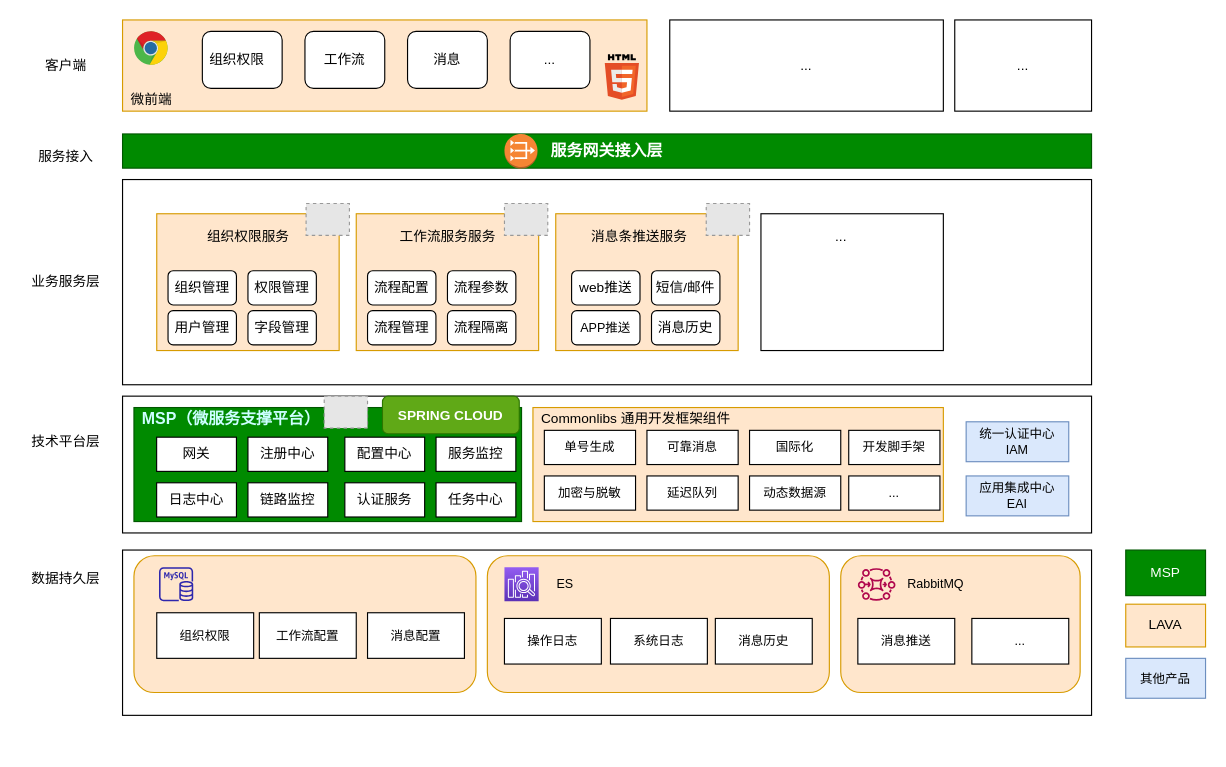
The draw.io diagram lava整体架构介绍.drawio in ambluse/architect, before the edit. Source tidied: cells renumbered, new cells numbered last; positions are measured from the earlier drawing's top-left corner, leaving out a move shared by most shapes. Both pictures are drawn from the tidied source at 114%, with x=0, y=0 at pixel (19, 19). Pictures stored in the file or linked from it are replaced by grey dashed boxes.
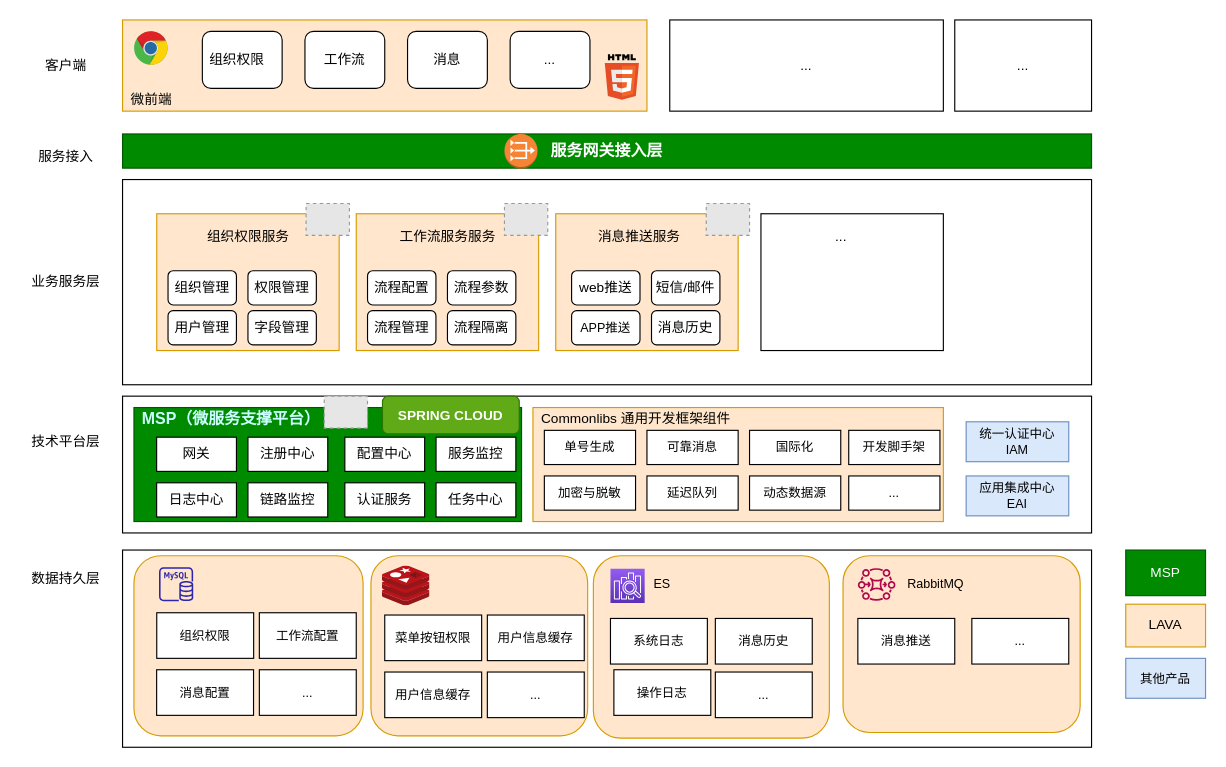
Above is the later version.

Commit message (it also covers changes not shown here):
Update lava整体架构介绍.drawio

What changed in the source:
```diff
@@
-    <mxCell id="33" value="消息条推送服务" style="text;html=1;align=center;verticalAlign=middle;strokeColor=none;fillColor=none;" parent="1" vertex="1">
-      <mxGeometry x="493" y="180" width="100" height="20" as="geometry" />
+    <mxCell id="33" value="消息推送服务" style="text;html=1;align=center;verticalAlign=middle;strokeColor=none;fillColor=none;" parent="1" vertex="1">
+      <mxGeometry x="502" y="181" width="82" height="18" as="geometry" />
     </mxCell>
@@
     <mxCell id="62" style="rounded=0;whiteSpace=wrap;html=1;" parent="1" vertex="1">
-      <mxGeometry x="90" y="465" width="850" height="145" as="geometry" />
+      <mxGeometry x="90" y="465" width="850" height="173" as="geometry" />
     </mxCell>
     <mxCell id="63" style="rounded=1;whiteSpace=wrap;html=1;fontSize=11;fillColor=#ffe6cc;strokeColor=#d79b00;" parent="1" vertex="1">
-      <mxGeometry x="100" y="470" width="300" height="120" as="geometry" />
+      <mxGeometry x="100" y="470" width="201" height="158" as="geometry" />
     </mxCell>
@@
     <mxCell id="67" value="消息配置" style="rounded=0;whiteSpace=wrap;html=1;fontSize=11;" parent="1" vertex="1">
-      <mxGeometry x="304.9" y="520" width="85" height="40" as="geometry" />
+      <mxGeometry x="119.9" y="570" width="85" height="40" as="geometry" />
     </mxCell>
     <mxCell id="68" style="rounded=1;whiteSpace=wrap;html=1;fontSize=11;fillColor=#ffe6cc;strokeColor=#d79b00;" parent="1" vertex="1">
-      <mxGeometry x="410" y="470" width="300" height="120" as="geometry" />
+      <mxGeometry x="503" y="470" width="207" height="160" as="geometry" />
     </mxCell>
     <mxCell id="69" style="sketch=0;fontColor=#232F3E;gradientColor=#945DF2;gradientDirection=north;fillColor=#5A30B5;strokeColor=#ffffff;dashed=0;verticalLabelPosition=bottom;verticalAlign=top;align=center;html=1;fontSize=12;fontStyle=0;shape=mxgraph.aws4.resourceIcon;resIcon=mxgraph.aws4.elasticsearch_service;" parent="1" vertex="1">
-      <mxGeometry x="425" y="480" width="30" height="30" as="geometry" />
+      <mxGeometry x="518" y="481.5" width="30" height="30" as="geometry" />
     </mxCell>
     <mxCell id="70" value="ES" style="text;html=1;align=center;verticalAlign=middle;strokeColor=none;fillColor=none;fontSize=11;" parent="1" vertex="1">
-      <mxGeometry x="463" y="485" width="30" height="20" as="geometry" />
+      <mxGeometry x="548" y="485" width="30" height="20" as="geometry" />
     </mxCell>
     <mxCell id="71" value="操作日志" style="rounded=0;whiteSpace=wrap;html=1;fontSize=11;" parent="1" vertex="1">
-      <mxGeometry x="425" y="525" width="85" height="40" as="geometry" />
+      <mxGeometry x="521" y="570" width="85" height="40" as="geometry" />
     </mxCell>
@@
     <mxCell id="74" style="rounded=1;whiteSpace=wrap;html=1;fontSize=11;fillColor=#ffe6cc;strokeColor=#d79b00;" parent="1" vertex="1">
-      <mxGeometry x="720" y="470" width="210" height="120" as="geometry" />
+      <mxGeometry x="722" y="470" width="208" height="155" as="geometry" />
     </mxCell>
@@
+    <mxCell id="89" value="..." style="rounded=0;whiteSpace=wrap;html=1;fontSize=11;" parent="1" vertex="1">
+      <mxGeometry x="210" y="570" width="85" height="40" as="geometry" />
+    </mxCell>
+    <mxCell id="90" value="..." style="rounded=0;whiteSpace=wrap;html=1;fontSize=11;" parent="1" vertex="1">
+      <mxGeometry x="610" y="572" width="85" height="40" as="geometry" />
+    </mxCell>
+    <mxCell id="91" style="rounded=1;whiteSpace=wrap;html=1;fontSize=11;fillColor=#ffe6cc;strokeColor=#d79b00;" parent="1" vertex="1">
+      <mxGeometry x="307.9" y="470" width="190.1" height="158" as="geometry" />
+    </mxCell>
+    <mxCell id="92" style="sketch=0;html=1;align=center;image;fontSize=12;image=img/lib/mscae/Cache_Redis_Product.svg;fontColor=#CCFFFF;fillColor=#3D3D3D;" parent="1" vertex="1">
+      <mxGeometry x="318" y="479" width="41.7" height="35" as="geometry" />
+    </mxCell>
+    <mxCell id="93" value="菜单按钮权限" style="rounded=0;whiteSpace=wrap;html=1;fontSize=11;" parent="1" vertex="1">
+      <mxGeometry x="320" y="522" width="85" height="40" as="geometry" />
+    </mxCell>
+    <mxCell id="94" value="用户信息缓存" style="rounded=0;whiteSpace=wrap;html=1;fontSize=11;" parent="1" vertex="1">
+      <mxGeometry x="410" y="522" width="85" height="40" as="geometry" />
+    </mxCell>
+    <mxCell id="95" value="用户信息缓存" style="rounded=0;whiteSpace=wrap;html=1;fontSize=11;" parent="1" vertex="1">
+      <mxGeometry x="320" y="572" width="85" height="40" as="geometry" />
+    </mxCell>
+    <mxCell id="96" value="..." style="rounded=0;whiteSpace=wrap;html=1;fontSize=11;" parent="1" vertex="1">
+      <mxGeometry x="410" y="572" width="85" height="40" as="geometry" />
+    </mxCell>
```
